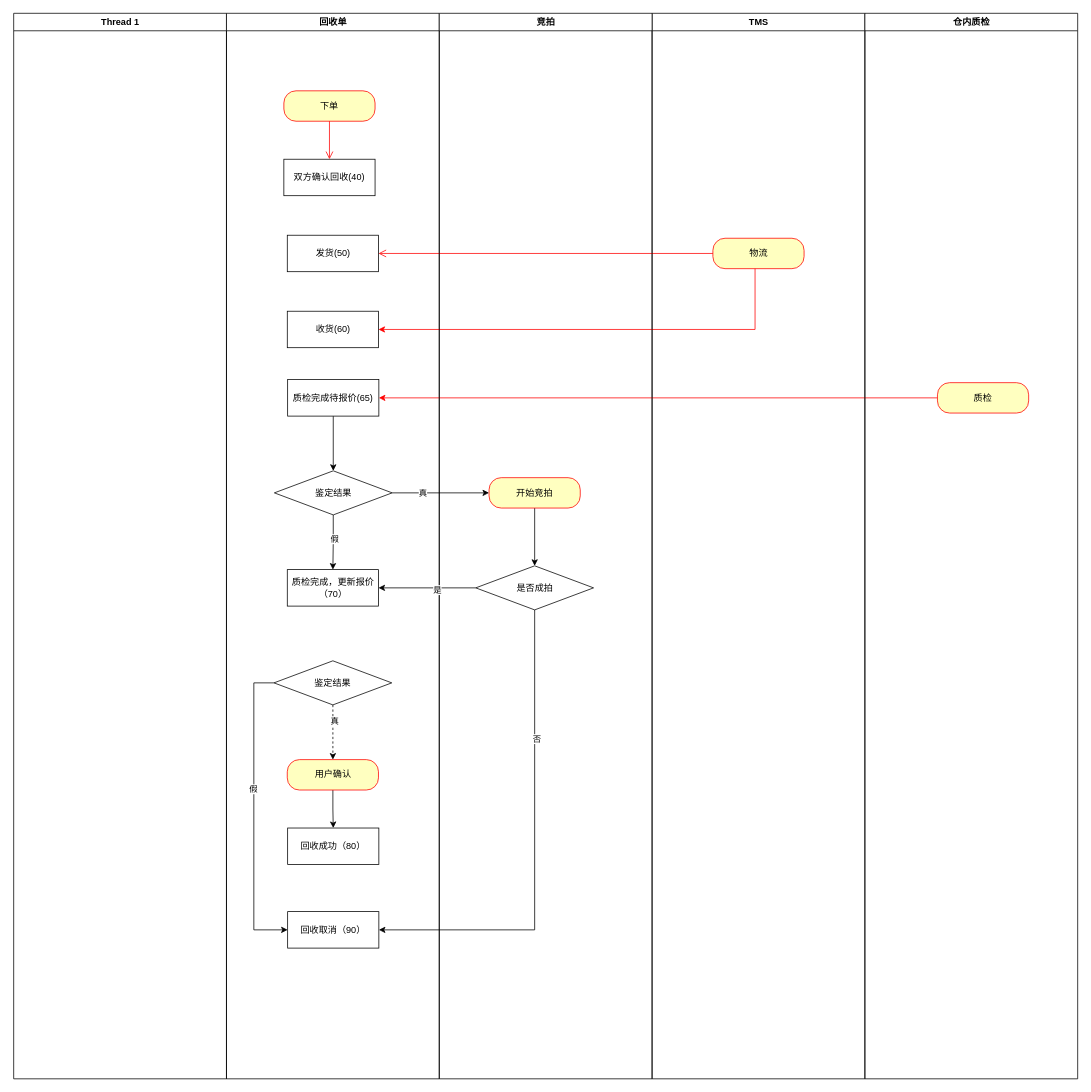
The draw.io diagram c2p/邮寄业务梳理.drawio in liysh5571/zz-uml, before the edit. Source tidied: cells renumbered, new cells numbered last; positions are measured from the earlier drawing's top-left corner, leaving out a move shared by most shapes. Both pictures are drawn from the tidied source at 76%, with x=0, y=0 at pixel (13, 13).
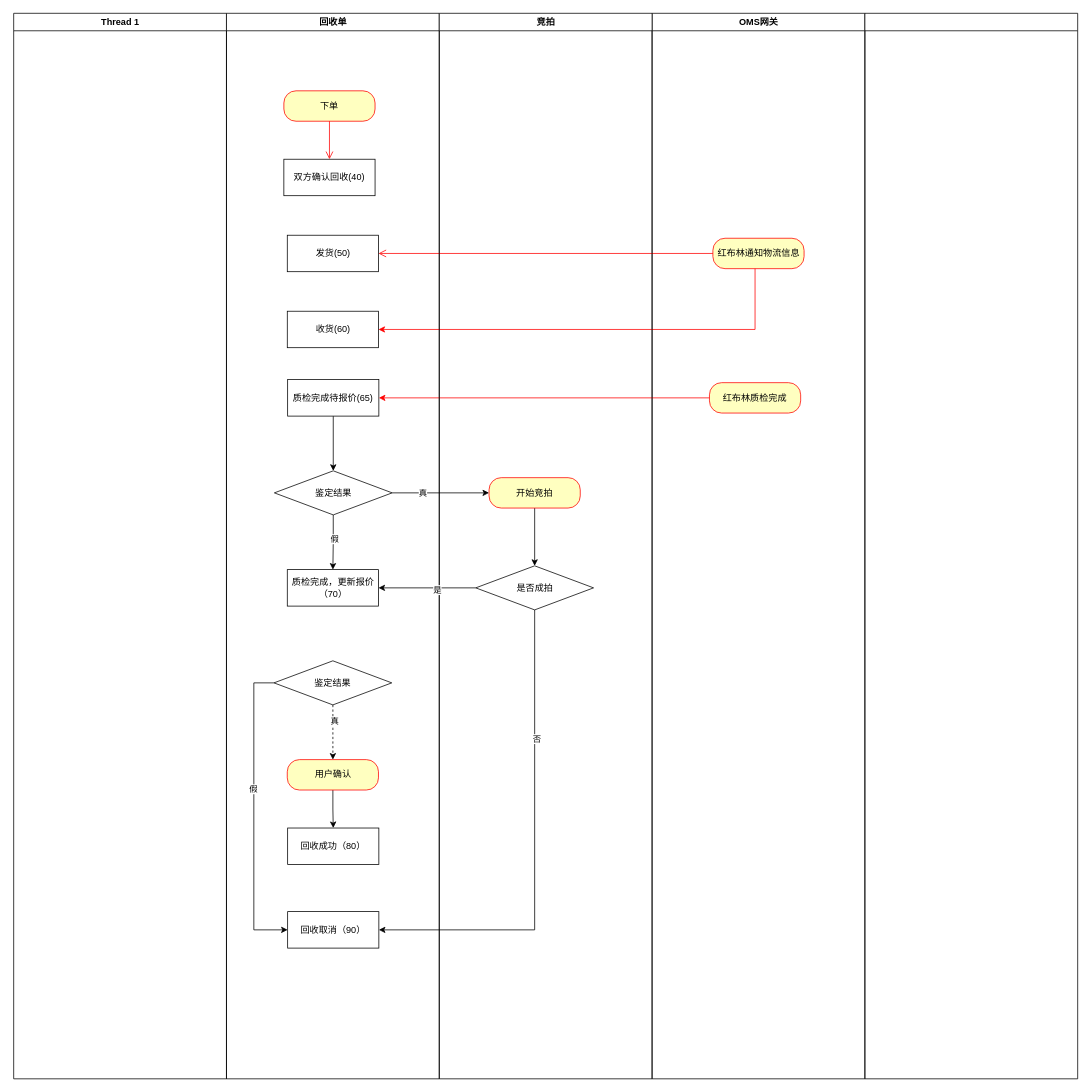
The same diagram, later.

Commit message:
更新邮寄业务梳理.drawio

Diff of the diagram source:
```diff
@@
-    <mxCell id="22" value="TMS" style="swimlane;whiteSpace=wrap;" parent="1" vertex="1">
+    <mxCell id="22" value="OMS网关" style="swimlane;whiteSpace=wrap;" parent="1" vertex="1">
       <mxGeometry x="840.5" width="280" height="1402" as="geometry" />
     </mxCell>
-    <mxCell id="23" value="物流" style="rounded=1;whiteSpace=wrap;html=1;arcSize=40;fontColor=#000000;fillColor=#ffffc0;strokeColor=#ff0000;" parent="22" vertex="1">
+    <mxCell id="23" value="红布林通知物流信息" style="rounded=1;whiteSpace=wrap;html=1;arcSize=40;fontColor=#000000;fillColor=#ffffc0;strokeColor=#ff0000;" parent="22" vertex="1">
       <mxGeometry x="80" y="296" width="120" height="40" as="geometry" />
     </mxCell>
+    <mxCell id="30" value="红布林质检完成" style="rounded=1;whiteSpace=wrap;html=1;arcSize=40;fontColor=#000000;fillColor=#ffffc0;strokeColor=#ff0000;" parent="22" vertex="1">
+      <mxGeometry x="75.5" y="486" width="120" height="40" as="geometry" />
+    </mxCell>
@@
-    <mxCell id="29" value="仓内质检" style="swimlane;whiteSpace=wrap;" parent="1" vertex="1">
+    <mxCell id="29" style="swimlane;whiteSpace=wrap;" parent="1" vertex="1">
       <mxGeometry x="1120.5" width="280" height="1402" as="geometry" />
     </mxCell>
-    <mxCell id="30" value="质检" style="rounded=1;whiteSpace=wrap;html=1;arcSize=40;fontColor=#000000;fillColor=#ffffc0;strokeColor=#ff0000;" parent="29" vertex="1">
-      <mxGeometry x="95.5" y="486" width="120" height="40" as="geometry" />
-    </mxCell>
```
